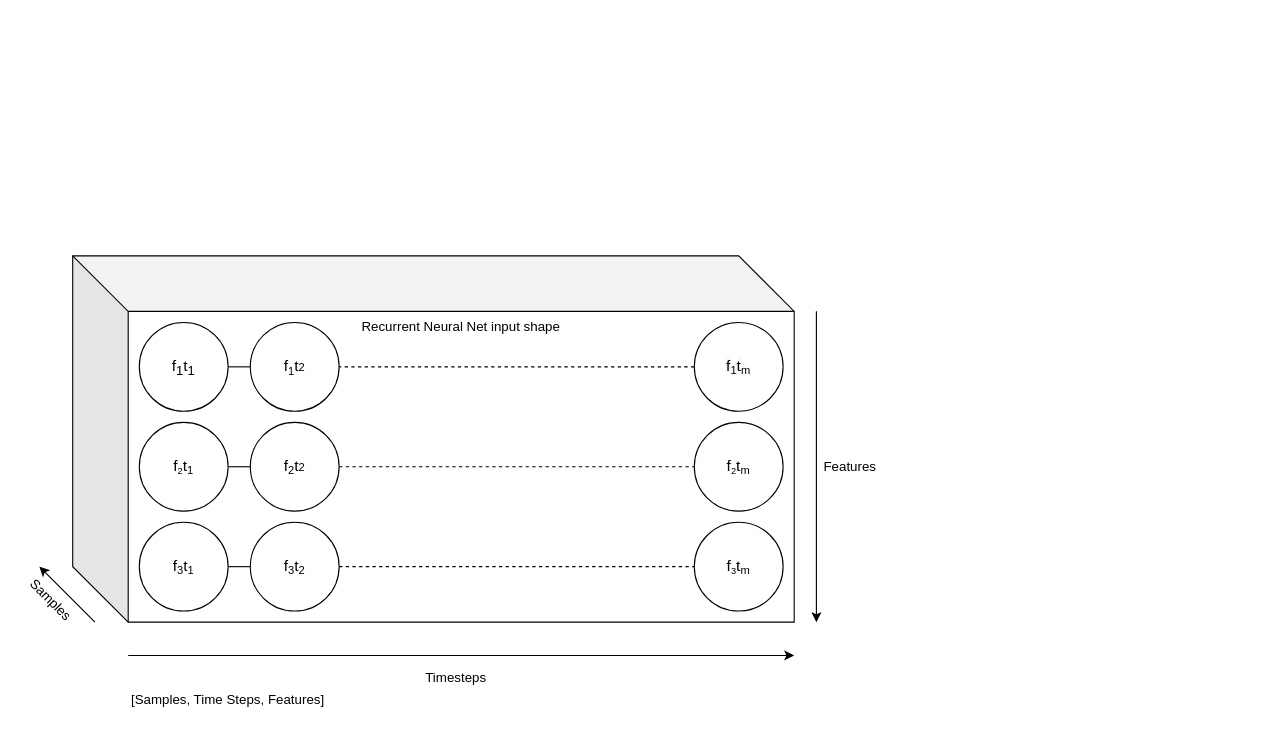
Before: page "RNN input shape" (2 of 3) of Settings definitions.drawio in jesperiksson/struc-mon, a draw.io diagram. Source tidied: cells renumbered, new cells numbered last; positions are measured from the earlier drawing's top-left corner, leaving out a move shared by most shapes. Both pictures are drawn from the tidied source at 111%, with x=0, y=0 at pixel (17, 255).
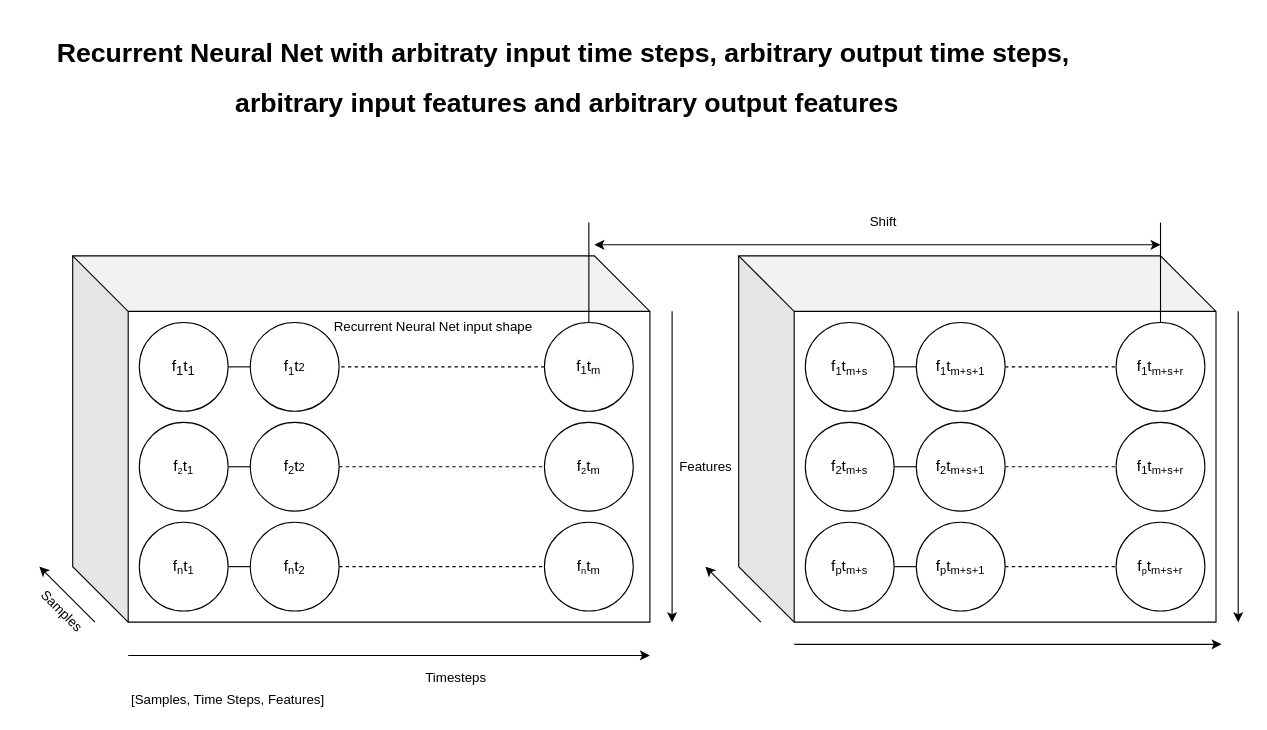
After the change.

Change to the diagram source:
```diff
@@
-    <mxCell id="2" value="Recurrent Neural Net input shape" style="shape=cube;whiteSpace=wrap;html=1;boundedLbl=1;backgroundOutline=1;darkOpacity=0.05;darkOpacity2=0.1;size=50;verticalAlign=top;" parent="1" vertex="1">
-      <mxGeometry x="50" width="650" height="330" as="geometry" />
+    <mxCell id="2" value="&lt;blockquote style=&quot;margin: 0 0 0 40px ; border: none ; padding: 0px&quot;&gt;&lt;blockquote style=&quot;margin: 0 0 0 40px ; border: none ; padding: 0px&quot;&gt;Recurrent Neural Net input shape&lt;/blockquote&gt;&lt;/blockquote&gt;" style="shape=cube;whiteSpace=wrap;html=1;boundedLbl=1;backgroundOutline=1;darkOpacity=0.05;darkOpacity2=0.1;size=50;verticalAlign=top;align=center;" parent="1" vertex="1">
+      <mxGeometry x="50" width="520" height="330" as="geometry" />
     </mxCell>
@@
-    <mxCell id="8" value="&lt;span style=&quot;font-size: 14px&quot;&gt;f&lt;/span&gt;&lt;sub&gt;3&lt;/sub&gt;&lt;span style=&quot;font-size: 14px&quot;&gt;t&lt;/span&gt;&lt;sub&gt;1&lt;/sub&gt;" style="ellipse;whiteSpace=wrap;html=1;" parent="1" vertex="1">
+    <mxCell id="8" value="&lt;span style=&quot;font-size: 14px&quot;&gt;f&lt;/span&gt;&lt;sub&gt;n&lt;/sub&gt;&lt;span style=&quot;font-size: 14px&quot;&gt;t&lt;/span&gt;&lt;sub&gt;1&lt;/sub&gt;" style="ellipse;whiteSpace=wrap;html=1;" parent="1" vertex="1">
       <mxGeometry x="110" y="240" width="80" height="80" as="geometry" />
     </mxCell>
-    <mxCell id="9" value="&lt;span style=&quot;font-size: 14px&quot;&gt;f&lt;/span&gt;&lt;sub&gt;3&lt;/sub&gt;&lt;span style=&quot;font-size: 14px&quot;&gt;t&lt;/span&gt;&lt;sub&gt;2&lt;/sub&gt;" style="ellipse;whiteSpace=wrap;html=1;" parent="1" vertex="1">
+    <mxCell id="9" value="&lt;span style=&quot;font-size: 14px&quot;&gt;f&lt;/span&gt;&lt;sub&gt;n&lt;/sub&gt;&lt;span style=&quot;font-size: 14px&quot;&gt;t&lt;/span&gt;&lt;sub&gt;2&lt;/sub&gt;" style="ellipse;whiteSpace=wrap;html=1;" parent="1" vertex="1">
       <mxGeometry x="210" y="240" width="80" height="80" as="geometry" />
     </mxCell>
@@
+    <mxCell id="25" style="edgeStyle=none;rounded=0;jettySize=auto;html=1;endArrow=none;endFill=0;" parent="1" edge="1" source="12">
+      <mxGeometry relative="1" as="geometry">
+        <mxPoint x="515" y="-30" as="targetPoint" />
+      </mxGeometry>
+    </mxCell>
     <mxCell id="12" value="&lt;span style=&quot;color: rgb(0 , 0 , 0) ; font-family: &amp;#34;helvetica&amp;#34; ; font-size: 14px ; font-style: normal ; font-weight: 400 ; letter-spacing: normal ; text-align: center ; text-indent: 0px ; text-transform: none ; word-spacing: 0px ; background-color: rgb(248 , 249 , 250) ; display: inline ; float: none&quot;&gt;f&lt;/span&gt;&lt;sub style=&quot;color: rgb(0 , 0 , 0) ; font-family: &amp;#34;helvetica&amp;#34; ; font-style: normal ; font-weight: 400 ; letter-spacing: normal ; text-align: center ; text-indent: 0px ; text-transform: none ; word-spacing: 0px ; background-color: rgb(248 , 249 , 250)&quot;&gt;1&lt;/sub&gt;&lt;span style=&quot;color: rgb(0 , 0 , 0) ; font-family: &amp;#34;helvetica&amp;#34; ; font-size: 14px ; font-style: normal ; font-weight: 400 ; letter-spacing: normal ; text-align: center ; text-indent: 0px ; text-transform: none ; word-spacing: 0px ; background-color: rgb(248 , 249 , 250) ; display: inline ; float: none&quot;&gt;t&lt;/span&gt;&lt;sub style=&quot;color: rgb(0 , 0 , 0) ; font-family: &amp;#34;helvetica&amp;#34; ; font-style: normal ; font-weight: 400 ; letter-spacing: normal ; text-align: center ; text-indent: 0px ; text-transform: none ; word-spacing: 0px ; background-color: rgb(248 , 249 , 250)&quot;&gt;m&lt;/sub&gt;" style="ellipse;whiteSpace=wrap;html=1;" parent="1" vertex="1">
-      <mxGeometry x="610" y="60" width="80" height="80" as="geometry" />
+      <mxGeometry x="475" y="60" width="80" height="80" as="geometry" />
     </mxCell>
     <mxCell id="13" value="&lt;span style=&quot;font-family: &amp;#34;helvetica&amp;#34; ; font-size: 14px&quot;&gt;f&lt;/span&gt;&lt;span style=&quot;font-family: &amp;#34;helvetica&amp;#34; ; font-size: 10px&quot;&gt;&lt;sub&gt;2&lt;/sub&gt;&lt;/span&gt;&lt;span style=&quot;font-family: &amp;#34;helvetica&amp;#34; ; font-size: 14px&quot;&gt;t&lt;/span&gt;&lt;sub style=&quot;font-family: &amp;#34;helvetica&amp;#34;&quot;&gt;m&lt;/sub&gt;" style="ellipse;whiteSpace=wrap;html=1;" parent="1" vertex="1">
-      <mxGeometry x="610" y="150" width="80" height="80" as="geometry" />
+      <mxGeometry x="475" y="150" width="80" height="80" as="geometry" />
     </mxCell>
-    <mxCell id="14" value="&lt;span style=&quot;font-family: &amp;#34;helvetica&amp;#34; ; font-size: 14px&quot;&gt;f&lt;/span&gt;&lt;span style=&quot;font-family: &amp;#34;helvetica&amp;#34; ; font-size: 10px&quot;&gt;&lt;sub&gt;3&lt;/sub&gt;&lt;/span&gt;&lt;span style=&quot;font-family: &amp;#34;helvetica&amp;#34; ; font-size: 14px&quot;&gt;t&lt;/span&gt;&lt;sub style=&quot;font-family: &amp;#34;helvetica&amp;#34;&quot;&gt;m&lt;/sub&gt;" style="ellipse;whiteSpace=wrap;html=1;" parent="1" vertex="1">
-      <mxGeometry x="610" y="240" width="80" height="80" as="geometry" />
+    <mxCell id="14" value="&lt;span style=&quot;font-family: &amp;#34;helvetica&amp;#34; ; font-size: 14px&quot;&gt;f&lt;/span&gt;&lt;span style=&quot;font-family: &amp;#34;helvetica&amp;#34; ; font-size: 10px&quot;&gt;&lt;sub&gt;n&lt;/sub&gt;&lt;/span&gt;&lt;span style=&quot;font-family: &amp;#34;helvetica&amp;#34; ; font-size: 14px&quot;&gt;t&lt;/span&gt;&lt;sub style=&quot;font-family: &amp;#34;helvetica&amp;#34;&quot;&gt;m&lt;/sub&gt;" style="ellipse;whiteSpace=wrap;html=1;" parent="1" vertex="1">
+      <mxGeometry x="475" y="240" width="80" height="80" as="geometry" />
     </mxCell>
@@
     <mxCell id="18" style="endArrow=classic;html=1;" parent="1" edge="1">
       <mxGeometry relative="1" as="geometry">
         <mxPoint x="100" y="360" as="sourcePoint" />
-        <mxPoint x="700" y="360" as="targetPoint" />
+        <mxPoint x="570" y="360" as="targetPoint" />
       </mxGeometry>
     </mxCell>
@@
     <mxCell id="20" style="endArrow=classic;html=1;" parent="1" edge="1">
       <mxGeometry relative="1" as="geometry">
-        <mxPoint x="720" y="50" as="sourcePoint" />
-        <mxPoint x="720" y="330" as="targetPoint" />
+        <mxPoint x="590" y="50" as="sourcePoint" />
+        <mxPoint x="590" y="330" as="targetPoint" />
       </mxGeometry>
     </mxCell>
     <mxCell id="21" value="Features" style="text;html=1;align=center;verticalAlign=middle;" parent="1" vertex="1">
-      <mxGeometry x="720" y="180" width="60" height="20" as="geometry" />
+      <mxGeometry x="590" y="180" width="60" height="20" as="geometry" />
     </mxCell>
@@
     <mxCell id="23" value="Samples" style="text;html=1;align=center;verticalAlign=middle;rotation=45;" parent="1" vertex="1">
-      <mxGeometry y="300" width="60" height="20" as="geometry" />
+      <mxGeometry x="10" y="310" width="60" height="20" as="geometry" />
     </mxCell>
@@
+    <mxCell id="26" style="shape=cube;whiteSpace=wrap;html=1;boundedLbl=1;backgroundOutline=1;darkOpacity=0.05;darkOpacity2=0.1;size=50;" parent="1" vertex="1">
+      <mxGeometry x="650" width="430" height="330" as="geometry" />
+    </mxCell>
+    <mxCell id="27" style="rounded=0;jettySize=auto;html=1;entryX=0;entryY=0.5;entryDx=0;entryDy=0;endArrow=none;endFill=0;" parent="1" edge="1" source="28" target="30">
+      <mxGeometry relative="1" as="geometry" />
+    </mxCell>
+    <mxCell id="28" value="&lt;span style=&quot;font-family: &amp;#34;helvetica&amp;#34; ; font-size: 14px&quot;&gt;f&lt;/span&gt;&lt;sub style=&quot;font-family: &amp;#34;helvetica&amp;#34;&quot;&gt;1&lt;/sub&gt;&lt;span style=&quot;font-family: &amp;#34;helvetica&amp;#34; ; font-size: 14px&quot;&gt;t&lt;/span&gt;&lt;sub style=&quot;font-family: &amp;#34;helvetica&amp;#34;&quot;&gt;m+s&lt;/sub&gt;" style="ellipse;whiteSpace=wrap;html=1;" parent="1" vertex="1">
+      <mxGeometry x="710" y="60" width="80" height="80" as="geometry" />
+    </mxCell>
+    <mxCell id="29" style="edgeStyle=none;rounded=0;jettySize=auto;html=1;entryX=0;entryY=0.5;entryDx=0;entryDy=0;endArrow=none;endFill=0;dashed=1;" parent="1" edge="1" source="30" target="32">
+      <mxGeometry relative="1" as="geometry" />
+    </mxCell>
+    <mxCell id="30" value="&lt;span style=&quot;font-family: &amp;#34;helvetica&amp;#34; ; font-size: 14px&quot;&gt;f&lt;/span&gt;&lt;sub style=&quot;font-family: &amp;#34;helvetica&amp;#34;&quot;&gt;1&lt;/sub&gt;&lt;span style=&quot;font-family: &amp;#34;helvetica&amp;#34; ; font-size: 14px&quot;&gt;t&lt;/span&gt;&lt;sub style=&quot;font-family: &amp;#34;helvetica&amp;#34;&quot;&gt;m+s+1&lt;/sub&gt;" style="ellipse;whiteSpace=wrap;html=1;" parent="1" vertex="1">
+      <mxGeometry x="810" y="60" width="80" height="80" as="geometry" />
+    </mxCell>
+    <mxCell id="31" style="edgeStyle=none;rounded=0;jettySize=auto;html=1;endArrow=none;endFill=0;" parent="1" edge="1" source="32">
+      <mxGeometry relative="1" as="geometry">
+        <mxPoint x="1030" y="-30" as="targetPoint" />
+      </mxGeometry>
+    </mxCell>
+    <mxCell id="32" value="&lt;span style=&quot;font-family: &amp;#34;helvetica&amp;#34; ; font-size: 14px&quot;&gt;f&lt;/span&gt;&lt;sub style=&quot;font-family: &amp;#34;helvetica&amp;#34;&quot;&gt;1&lt;/sub&gt;&lt;span style=&quot;font-family: &amp;#34;helvetica&amp;#34; ; font-size: 14px&quot;&gt;t&lt;/span&gt;&lt;sub style=&quot;font-family: &amp;#34;helvetica&amp;#34;&quot;&gt;m+s+r&lt;/sub&gt;" style="ellipse;whiteSpace=wrap;html=1;" parent="1" vertex="1">
+      <mxGeometry x="990" y="60" width="80" height="80" as="geometry" />
+    </mxCell>
+    <mxCell id="33" style="rounded=0;jettySize=auto;html=1;entryX=0;entryY=0.5;entryDx=0;entryDy=0;endArrow=none;endFill=0;" parent="1" edge="1" source="34" target="36">
+      <mxGeometry relative="1" as="geometry" />
+    </mxCell>
+    <mxCell id="34" value="&lt;span style=&quot;font-family: &amp;#34;helvetica&amp;#34; ; font-size: 14px&quot;&gt;f&lt;/span&gt;&lt;sub style=&quot;font-family: &amp;#34;helvetica&amp;#34;&quot;&gt;2&lt;/sub&gt;&lt;span style=&quot;font-family: &amp;#34;helvetica&amp;#34; ; font-size: 14px&quot;&gt;t&lt;/span&gt;&lt;sub style=&quot;font-family: &amp;#34;helvetica&amp;#34;&quot;&gt;m+s&lt;/sub&gt;" style="ellipse;whiteSpace=wrap;html=1;" parent="1" vertex="1">
+      <mxGeometry x="710" y="150" width="80" height="80" as="geometry" />
+    </mxCell>
+    <mxCell id="35" style="edgeStyle=none;rounded=0;jettySize=auto;html=1;entryX=0;entryY=0.5;entryDx=0;entryDy=0;endArrow=none;endFill=0;dashed=1;" parent="1" edge="1" source="36" target="37">
+      <mxGeometry relative="1" as="geometry" />
+    </mxCell>
+    <mxCell id="36" value="&lt;span style=&quot;font-family: &amp;#34;helvetica&amp;#34; ; font-size: 14px&quot;&gt;f&lt;/span&gt;&lt;sub style=&quot;font-family: &amp;#34;helvetica&amp;#34;&quot;&gt;2&lt;/sub&gt;&lt;span style=&quot;font-family: &amp;#34;helvetica&amp;#34; ; font-size: 14px&quot;&gt;t&lt;/span&gt;&lt;sub style=&quot;font-family: &amp;#34;helvetica&amp;#34;&quot;&gt;m+s+1&lt;/sub&gt;" style="ellipse;whiteSpace=wrap;html=1;" parent="1" vertex="1">
+      <mxGeometry x="810" y="150" width="80" height="80" as="geometry" />
+    </mxCell>
+    <mxCell id="37" value="&lt;span style=&quot;font-family: &amp;#34;helvetica&amp;#34; ; font-size: 14px&quot;&gt;f&lt;/span&gt;&lt;sub style=&quot;font-family: &amp;#34;helvetica&amp;#34;&quot;&gt;1&lt;/sub&gt;&lt;span style=&quot;font-family: &amp;#34;helvetica&amp;#34; ; font-size: 14px&quot;&gt;t&lt;/span&gt;&lt;sub style=&quot;font-family: &amp;#34;helvetica&amp;#34;&quot;&gt;m+s+r&lt;/sub&gt;" style="ellipse;whiteSpace=wrap;html=1;" parent="1" vertex="1">
+      <mxGeometry x="990" y="150" width="80" height="80" as="geometry" />
+    </mxCell>
+    <mxCell id="38" style="rounded=0;jettySize=auto;html=1;entryX=0;entryY=0.5;entryDx=0;entryDy=0;endArrow=none;endFill=0;" parent="1" edge="1" source="39" target="41">
+      <mxGeometry relative="1" as="geometry" />
+    </mxCell>
+    <mxCell id="39" value="&lt;span style=&quot;font-family: &amp;#34;helvetica&amp;#34; ; font-size: 14px&quot;&gt;f&lt;/span&gt;&lt;sub style=&quot;font-family: &amp;#34;helvetica&amp;#34;&quot;&gt;p&lt;/sub&gt;&lt;span style=&quot;font-family: &amp;#34;helvetica&amp;#34; ; font-size: 14px&quot;&gt;t&lt;/span&gt;&lt;sub style=&quot;font-family: &amp;#34;helvetica&amp;#34;&quot;&gt;m+s&lt;/sub&gt;" style="ellipse;whiteSpace=wrap;html=1;" parent="1" vertex="1">
+      <mxGeometry x="710" y="240" width="80" height="80" as="geometry" />
+    </mxCell>
+    <mxCell id="40" style="edgeStyle=none;rounded=0;jettySize=auto;html=1;entryX=0;entryY=0.5;entryDx=0;entryDy=0;endArrow=none;endFill=0;dashed=1;" parent="1" edge="1" source="41" target="42">
+      <mxGeometry relative="1" as="geometry" />
+    </mxCell>
+    <mxCell id="41" value="&lt;span style=&quot;font-family: &amp;#34;helvetica&amp;#34; ; font-size: 14px&quot;&gt;f&lt;/span&gt;&lt;sub style=&quot;font-family: &amp;#34;helvetica&amp;#34;&quot;&gt;p&lt;/sub&gt;&lt;span style=&quot;font-family: &amp;#34;helvetica&amp;#34; ; font-size: 14px&quot;&gt;t&lt;/span&gt;&lt;sub style=&quot;font-family: &amp;#34;helvetica&amp;#34;&quot;&gt;m+s+1&lt;/sub&gt;" style="ellipse;whiteSpace=wrap;html=1;" parent="1" vertex="1">
+      <mxGeometry x="810" y="240" width="80" height="80" as="geometry" />
+    </mxCell>
+    <mxCell id="42" value="&lt;span style=&quot;font-family: &amp;#34;helvetica&amp;#34; ; font-size: 14px&quot;&gt;f&lt;/span&gt;&lt;span style=&quot;font-family: &amp;#34;helvetica&amp;#34; ; font-size: 10px&quot;&gt;&lt;sub&gt;p&lt;/sub&gt;&lt;/span&gt;&lt;span style=&quot;font-family: &amp;#34;helvetica&amp;#34; ; font-size: 14px&quot;&gt;t&lt;/span&gt;&lt;sub style=&quot;font-family: &amp;#34;helvetica&amp;#34;&quot;&gt;m+s+r&lt;/sub&gt;" style="ellipse;whiteSpace=wrap;html=1;" parent="1" vertex="1">
+      <mxGeometry x="990" y="240" width="80" height="80" as="geometry" />
+    </mxCell>
+    <mxCell id="43" style="endArrow=classic;startArrow=classic;html=1;" parent="1" edge="1">
+      <mxGeometry relative="1" as="geometry">
+        <mxPoint x="520" y="-10" as="sourcePoint" />
+        <mxPoint x="1030" y="-10" as="targetPoint" />
+      </mxGeometry>
+    </mxCell>
+    <mxCell id="44" value="Shift" style="text;html=1;align=center;verticalAlign=middle;" parent="1" vertex="1">
+      <mxGeometry x="760" y="-40" width="40" height="20" as="geometry" />
+    </mxCell>
+    <mxCell id="45" value="&lt;h1&gt;Recurrent Neural Net with arbitraty input time steps, arbitrary output time steps,&amp;nbsp;&lt;/h1&gt;&lt;h1&gt;arbitrary input features and arbitrary output features&lt;/h1&gt;" style="text;html=1;align=center;verticalAlign=middle;" parent="1" vertex="1">
+      <mxGeometry x="30" y="-200" width="930" height="80" as="geometry" />
+    </mxCell>
+    <mxCell id="46" style="endArrow=classic;html=1;" parent="1" edge="1">
+      <mxGeometry relative="1" as="geometry">
+        <mxPoint x="1100" y="50" as="sourcePoint" />
+        <mxPoint x="1100" y="330" as="targetPoint" />
+      </mxGeometry>
+    </mxCell>
+    <mxCell id="47" style="endArrow=classic;html=1;" parent="1" edge="1">
+      <mxGeometry relative="1" as="geometry">
+        <mxPoint x="700" y="350" as="sourcePoint" />
+        <mxPoint x="1085" y="350" as="targetPoint" />
+      </mxGeometry>
+    </mxCell>
+    <mxCell id="48" style="endArrow=classic;html=1;" parent="1" edge="1">
+      <mxGeometry relative="1" as="geometry">
+        <mxPoint x="670" y="330" as="sourcePoint" />
+        <mxPoint x="620" y="280" as="targetPoint" />
+      </mxGeometry>
+    </mxCell>
```
